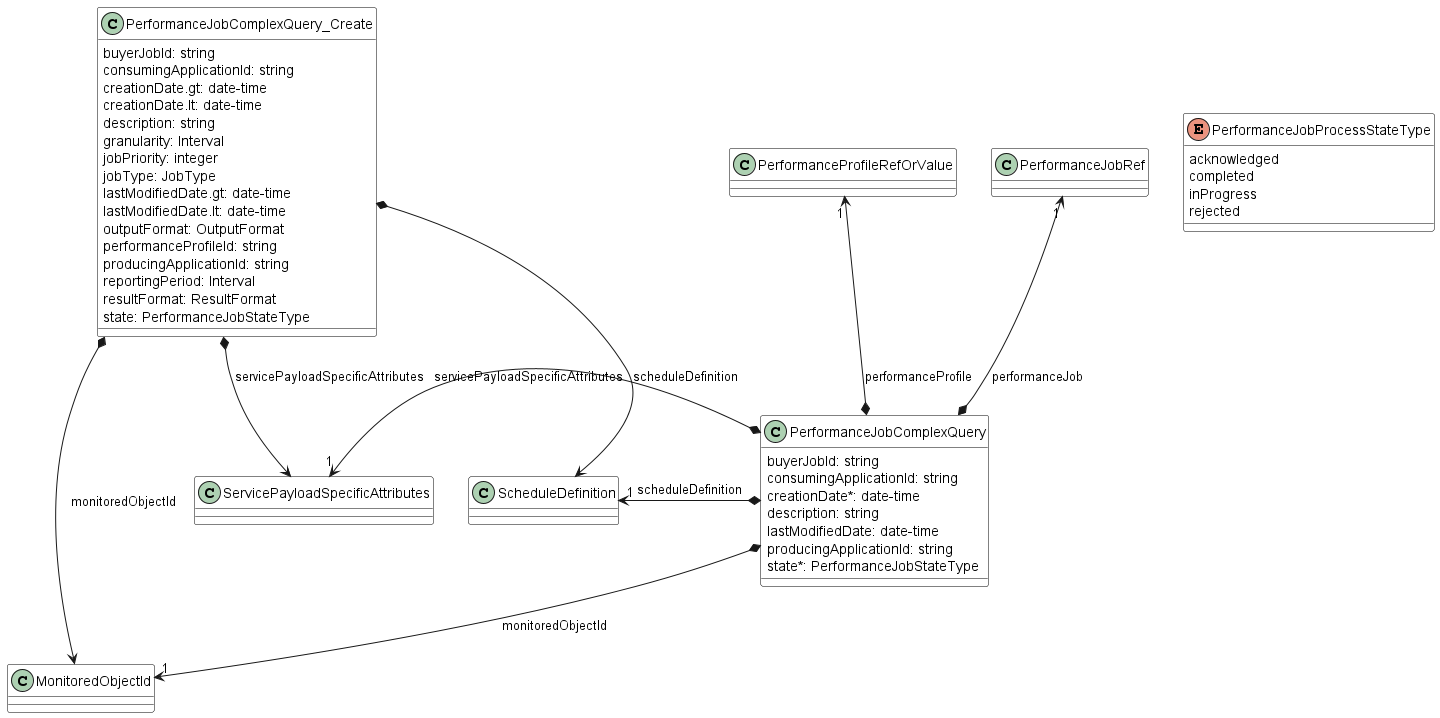
The PlantUML diagram documentation/serviceApi/pm/performance/media/performanceMonitoringDataModelPart1b.png in MEF-GIT/MEF-LSO-Legato-SDK, before a commit.
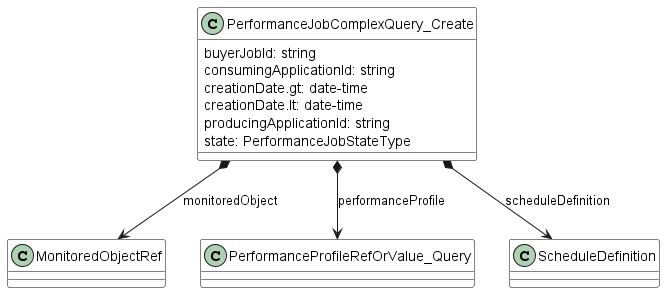
Later version of the same file.

Diff of the diagram source:
```diff
@@ -4,51 +4,19 @@
     ClassBorderColor Black
 }
 
-class PerformanceJobComplexQuery {
-    buyerJobId: string
-    consumingApplicationId: string
-    creationDate*: date-time
-    description: string
-    lastModifiedDate: date-time
-    producingApplicationId: string
-    state*: PerformanceJobStateType
-}
+class PerformanceJobComplexQuery_Create {
 
-PerformanceJobComplexQuery *-d->"1" MonitoredObjectId : monitoredObjectId
-PerformanceJobComplexQuery *-u->"1" PerformanceJobRef : performanceJob
-PerformanceJobComplexQuery *-u->"1" PerformanceProfileRefOrValue : performanceProfile
-PerformanceJobComplexQuery *-l->"1" ScheduleDefinition : scheduleDefinition
-PerformanceJobComplexQuery *-l->"1" ServicePayloadSpecificAttributes : servicePayloadSpecificAttributes
-
-class PerformanceJobComplexQuery_Create {
     buyerJobId: string
     consumingApplicationId: string
     creationDate.gt: date-time
     creationDate.lt: date-time
-    description: string
-    granularity: Interval
-    jobPriority: integer
-    jobType: JobType
-    lastModifiedDate.gt: date-time
-    lastModifiedDate.lt: date-time
-    outputFormat: OutputFormat
-    performanceProfileId: string
     producingApplicationId: string
-    reportingPeriod: Interval
-    resultFormat: ResultFormat
     state: PerformanceJobStateType
 }
 
-PerformanceJobComplexQuery_Create *--> MonitoredObjectId : monitoredObjectId
+PerformanceJobComplexQuery_Create *--> MonitoredObjectRef : monitoredObject
+PerformanceJobComplexQuery_Create *--> PerformanceProfileRefOrValue_Query : performanceProfile
 PerformanceJobComplexQuery_Create *--> ScheduleDefinition : scheduleDefinition
-PerformanceJobComplexQuery_Create *--> ServicePayloadSpecificAttributes : servicePayloadSpecificAttributes
-
-enum PerformanceJobProcessStateType {
-    acknowledged
-    completed
-    inProgress
-    rejected
-}
 
 
 @enduml
```
